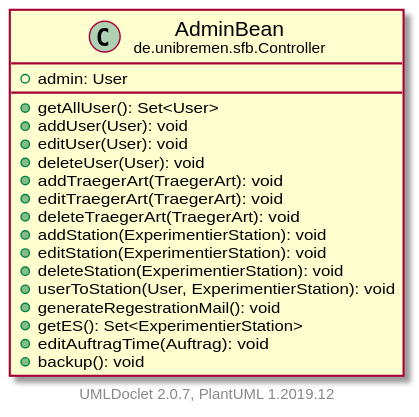
fkehlenb/softwareprojekt-2 keeps this PlantUML diagram as doc/UML/modulsichtSVG/AdminBean.svg. Above is the earlier version. Source of this version:
```plantuml
@startuml
    set namespaceSeparator none
    hide empty fields
    hide empty methods

    class "<size:14>AdminBean\n<size:10>de.unibremen.sfb.Controller" as de.unibremen.sfb.Controller.AdminBean [[AdminBean.html]] {
        +admin: User
        +getAllUser(): Set<User>
        +addUser(User): void
        +editUser(User): void
        +deleteUser(User): void
        +addTraegerArt(TraegerArt): void
        +editTraegerArt(TraegerArt): void
        +deleteTraegerArt(TraegerArt): void
        +addStation(ExperimentierStation): void
        +editStation(ExperimentierStation): void
        +deleteStation(ExperimentierStation): void
        +userToStation(User, ExperimentierStation): void
        +generateRegestrationMail(): void
        +getES(): Set<ExperimentierStation>
        +editAuftragTime(Auftrag): void
        +backup(): void
    }

    center footer UMLDoclet 2.0.7, PlantUML 1.2019.12
@enduml
```
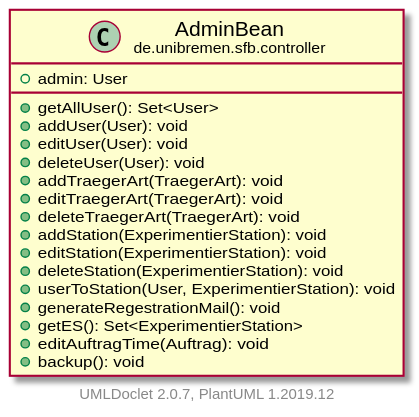
After the change.

Change to the diagram source:
```diff
@@ -3,7 +3,7 @@
     hide empty fields
     hide empty methods
 
-    class "<size:14>AdminBean\n<size:10>de.unibremen.sfb.Controller" as de.unibremen.sfb.Controller.AdminBean [[AdminBean.html]] {
+    class "<size:14>AdminBean\n<size:10>de.unibremen.sfb.controller" as de.unibremen.sfb.controller.AdminBean [[AdminBean.html]] {
         +admin: User
         +getAllUser(): Set<User>
         +addUser(User): void
```
